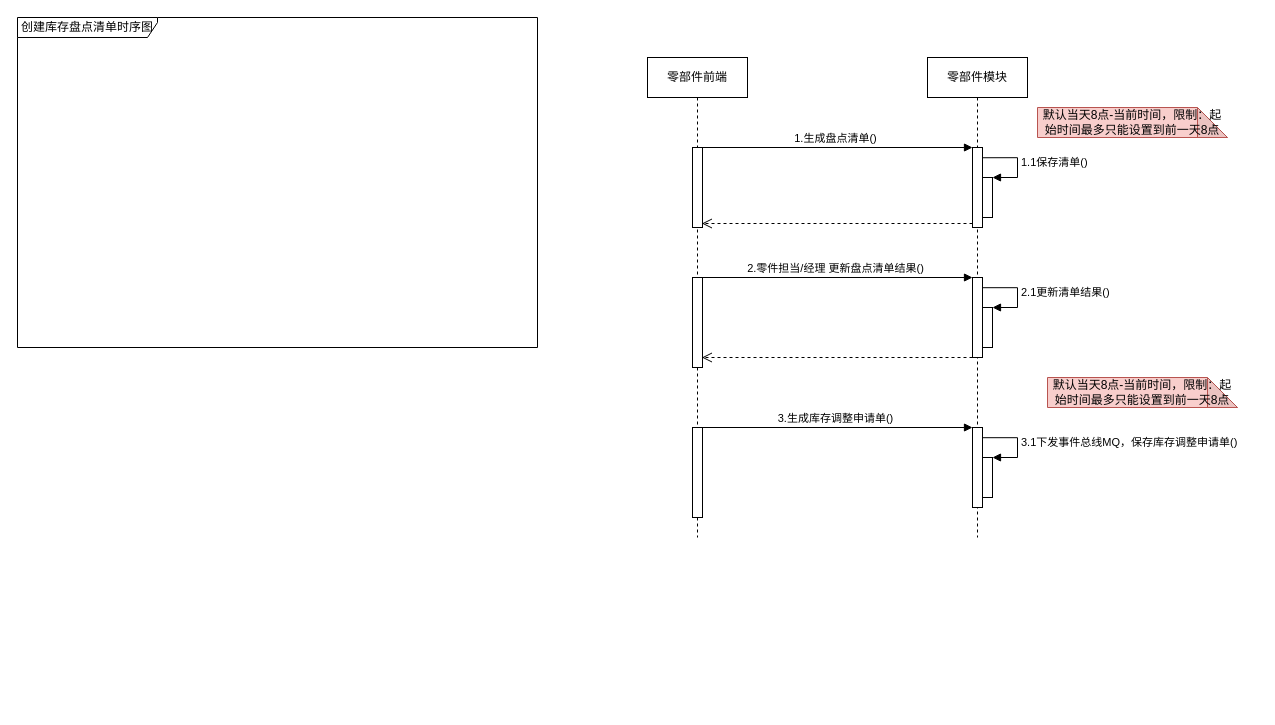
1132489442/gitRepository1 keeps this draw.io diagram as page "库存盘点时序图" (1 of 6) of 库存管理-库存盘点.drawio. Above is the earlier version. Source tidied: cells renumbered, new cells numbered last; positions are measured from the earlier drawing's top-left corner, leaving out a move shared by most shapes. Both pictures are drawn from the tidied source at 100%, with x=0, y=0 at pixel (17, 17).
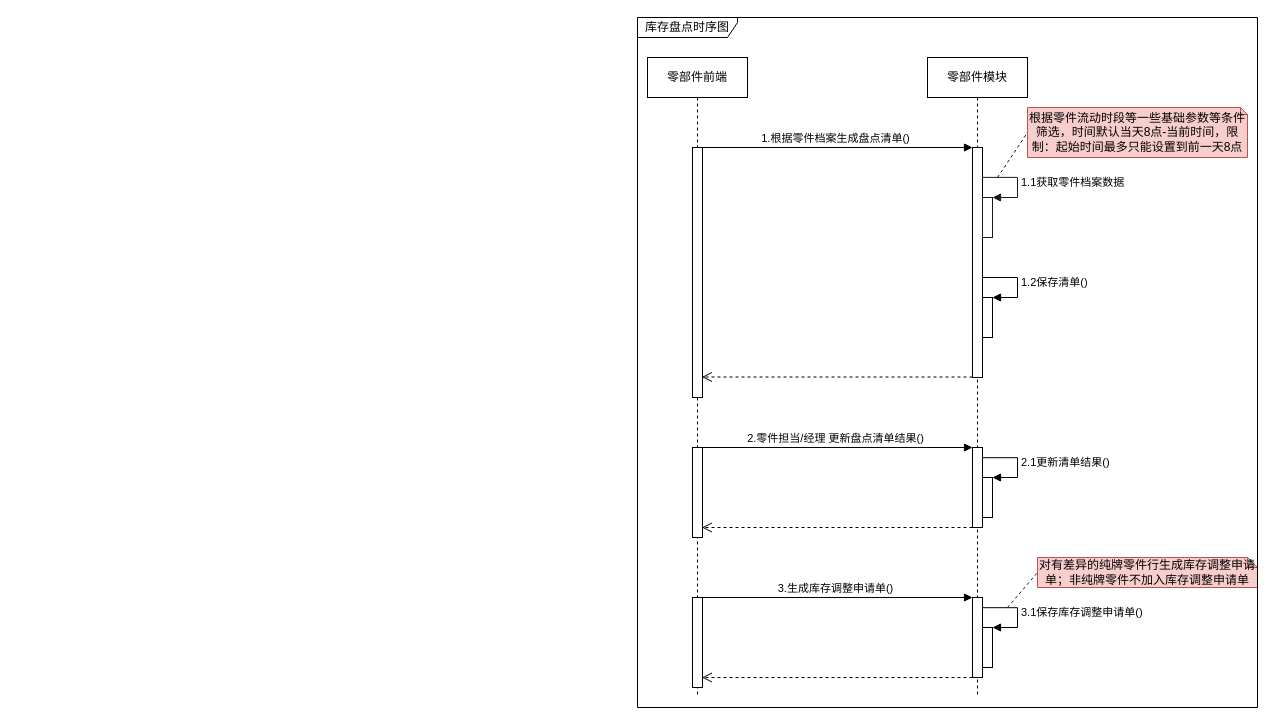
The same page after the edit.

The edit, as a diff of the source:
```diff
@@
     <mxCell id="2" value="零部件前端" style="shape=umlLifeline;perimeter=lifelinePerimeter;whiteSpace=wrap;html=1;" parent="1" vertex="1">
-      <mxGeometry x="630" y="40" width="100" height="480" as="geometry" />
+      <mxGeometry x="630" y="40" width="100" height="640" as="geometry" />
     </mxCell>
     <mxCell id="3" style="html=1;points=[];perimeter=orthogonalPerimeter;" parent="2" vertex="1">
-      <mxGeometry x="45" y="90" width="10" height="80" as="geometry" />
+      <mxGeometry x="45" y="90" width="10" height="250" as="geometry" />
     </mxCell>
     <mxCell id="4" style="html=1;perimeter=orthogonalPerimeter;" parent="2" vertex="1">
-      <mxGeometry x="45" y="220" width="10" height="90" as="geometry" />
+      <mxGeometry x="45" y="390" width="10" height="90" as="geometry" />
     </mxCell>
     <mxCell id="5" value="零部件模块" style="shape=umlLifeline;perimeter=lifelinePerimeter;whiteSpace=wrap;html=1;" parent="1" vertex="1">
-      <mxGeometry x="910" y="40" width="100" height="480" as="geometry" />
+      <mxGeometry x="910" y="40" width="100" height="640" as="geometry" />
     </mxCell>
     <mxCell id="6" style="html=1;points=[];perimeter=orthogonalPerimeter;" parent="5" vertex="1">
-      <mxGeometry x="45" y="90" width="10" height="80" as="geometry" />
+      <mxGeometry x="45" y="90" width="10" height="230" as="geometry" />
     </mxCell>
     <mxCell id="7" style="html=1;points=[];perimeter=orthogonalPerimeter;fillColor=#FFFFFF;" parent="5" vertex="1">
-      <mxGeometry x="55" y="120" width="10" height="40" as="geometry" />
+      <mxGeometry x="55" y="240" width="10" height="40" as="geometry" />
     </mxCell>
-    <mxCell id="8" value="1.1保存清单()" style="edgeStyle=orthogonalEdgeStyle;html=1;align=left;spacingLeft=2;endArrow=block;rounded=0;entryX=1;entryY=0;exitX=1.022;exitY=0.128;exitDx=0;exitDy=0;exitPerimeter=0;" parent="5" edge="1" source="6" target="7">
+    <mxCell id="8" value="1.2保存清单()" style="edgeStyle=orthogonalEdgeStyle;html=1;align=left;spacingLeft=2;endArrow=block;rounded=0;entryX=1;entryY=0;" parent="5" edge="1" target="7">
       <mxGeometry relative="1" as="geometry">
+        <mxPoint x="55" y="220" as="sourcePoint" />
         <Array as="points">
-          <mxPoint x="90" y="100" />
-          <mxPoint x="90" y="120" />
+          <mxPoint x="90" y="220" />
+          <mxPoint x="90" y="240" />
         </Array>
       </mxGeometry>
     </mxCell>
     <mxCell id="9" style="html=1;perimeter=orthogonalPerimeter;fillColor=#FFFFFF;" parent="5" vertex="1">
-      <mxGeometry x="45" y="220" width="10" height="80" as="geometry" />
+      <mxGeometry x="45" y="390" width="10" height="80" as="geometry" />
     </mxCell>
+    <mxCell id="24" style="html=1;points=[];perimeter=orthogonalPerimeter;strokeColor=#1A1A1A;fillColor=#FFFFFF;" parent="5" vertex="1">
+      <mxGeometry x="55" y="140" width="10" height="40" as="geometry" />
+    </mxCell>
+    <mxCell id="25" value="1.1获取零件档案数据" style="edgeStyle=orthogonalEdgeStyle;html=1;align=left;spacingLeft=2;endArrow=block;rounded=0;entryX=1;entryY=0;endSize=6;targetPerimeterSpacing=-1;strokeColor=#1A1A1A;exitX=1;exitY=0.13;exitDx=0;exitDy=0;exitPerimeter=0;" parent="5" edge="1" source="6" target="24">
+      <mxGeometry relative="1" as="geometry">
+        <Array as="points">
+          <mxPoint x="90" y="120" />
+          <mxPoint x="90" y="140" />
+        </Array>
+      </mxGeometry>
+    </mxCell>
-    <mxCell id="10" value="1.生成盘点清单()" style="html=1;verticalAlign=bottom;endArrow=block;entryX=0;entryY=0;rounded=0;" parent="1" edge="1" target="6">
+    <mxCell id="10" value="1.根据零件档案生成盘点清单()" style="html=1;verticalAlign=bottom;endArrow=block;entryX=0;entryY=0;rounded=0;" parent="1" edge="1" target="6">
       <mxGeometry relative="1" as="geometry">
         <mxPoint x="680" y="130" as="sourcePoint" />
       </mxGeometry>
     </mxCell>
-    <mxCell id="11" style="html=1;verticalAlign=bottom;endArrow=open;dashed=1;endSize=8;exitX=0;exitY=0.95;rounded=0;entryX=0.94;entryY=0.95;entryDx=0;entryDy=0;entryPerimeter=0;" parent="1" edge="1" source="6" target="3">
-      <mxGeometry relative="1" as="geometry" />
+    <mxCell id="11" style="html=1;verticalAlign=bottom;endArrow=open;dashed=1;endSize=8;exitX=0;exitY=0.95;rounded=0;entryX=0.94;entryY=0.95;entryDx=0;entryDy=0;entryPerimeter=0;" parent="1" edge="1">
+      <mxGeometry relative="1" as="geometry">
+        <mxPoint x="955" y="359.5" as="sourcePoint" />
+        <mxPoint x="684.4" y="359.5" as="targetPoint" />
+      </mxGeometry>
     </mxCell>
-    <mxCell id="12" value="创建库存盘点清单时序图" style="shape=umlFrame;whiteSpace=wrap;html=1;fillColor=#FFFFFF;width=140;height=20;" parent="1" vertex="1">
-      <mxGeometry width="520" height="330" as="geometry" />
-    </mxCell>
     <mxCell id="13" value="2.零件担当/经理 更新盘点清单结果()" style="html=1;verticalAlign=bottom;endArrow=block;entryX=0;entryY=0;rounded=0;" parent="1" edge="1">
       <mxGeometry relative="1" as="geometry">
-        <mxPoint x="680" y="260" as="sourcePoint" />
-        <mxPoint x="955" y="260" as="targetPoint" />
+        <mxPoint x="680" y="430" as="sourcePoint" />
+        <mxPoint x="955" y="430" as="targetPoint" />
       </mxGeometry>
     </mxCell>
-    <mxCell id="14" value="默认当天8点-当前时间，限制：起始时间最多只能设置到前一天8点" style="shape=note;whiteSpace=wrap;html=1;backgroundOutline=1;darkOpacity=0.05;strokeColor=#b85450;fillColor=#f8cecc;" parent="1" vertex="1">
-      <mxGeometry x="1020" y="90" width="190" height="30" as="geometry" />
+    <mxCell id="14" value="根据零件流动时段等一些基础参数等条件筛选，时间默认当天8点-当前时间，限制：起始时间最多只能设置到前一天8点" style="shape=note;whiteSpace=wrap;html=1;backgroundOutline=1;darkOpacity=0.05;strokeColor=#b85450;fillColor=#f8cecc;size=7;" parent="1" vertex="1">
+      <mxGeometry x="1010" y="90" width="220" height="50" as="geometry" />
     </mxCell>
     <mxCell id="15" style="html=1;points=[];perimeter=orthogonalPerimeter;fillColor=#FFFFFF;" parent="1" vertex="1">
-      <mxGeometry x="965" y="290" width="10" height="40" as="geometry" />
+      <mxGeometry x="965" y="460" width="10" height="40" as="geometry" />
     </mxCell>
     <mxCell id="16" value="2.1更新清单结果()" style="edgeStyle=orthogonalEdgeStyle;html=1;align=left;spacingLeft=2;endArrow=block;rounded=0;entryX=1;entryY=0;exitX=1.022;exitY=0.128;exitDx=0;exitDy=0;exitPerimeter=0;" parent="1" edge="1" target="15">
       <mxGeometry relative="1" as="geometry">
-        <mxPoint x="965.2" y="270.2" as="sourcePoint" />
+        <mxPoint x="965.2" y="440.2" as="sourcePoint" />
         <Array as="points">
-          <mxPoint x="1000" y="270" />
-          <mxPoint x="1000" y="290" />
+          <mxPoint x="1000" y="440" />
+          <mxPoint x="1000" y="460" />
         </Array>
       </mxGeometry>
     </mxCell>
     <mxCell id="17" style="html=1;verticalAlign=bottom;endArrow=open;dashed=1;endSize=8;exitX=0;exitY=0.95;rounded=0;entryX=0.94;entryY=0.95;entryDx=0;entryDy=0;entryPerimeter=0;" parent="1" edge="1">
       <mxGeometry relative="1" as="geometry">
-        <mxPoint x="955" y="340" as="sourcePoint" />
-        <mxPoint x="684.4" y="340" as="targetPoint" />
+        <mxPoint x="955" y="510" as="sourcePoint" />
+        <mxPoint x="684.4" y="510" as="targetPoint" />
       </mxGeometry>
     </mxCell>
     <mxCell id="18" style="html=1;perimeter=orthogonalPerimeter;" parent="1" vertex="1">
-      <mxGeometry x="675" y="410" width="10" height="90" as="geometry" />
+      <mxGeometry x="675" y="580" width="10" height="90" as="geometry" />
     </mxCell>
     <mxCell id="19" style="html=1;perimeter=orthogonalPerimeter;fillColor=#FFFFFF;" parent="1" vertex="1">
-      <mxGeometry x="955" y="410" width="10" height="80" as="geometry" />
+      <mxGeometry x="955" y="580" width="10" height="80" as="geometry" />
     </mxCell>
     <mxCell id="20" value="3.生成库存调整申请单()" style="html=1;verticalAlign=bottom;endArrow=block;entryX=0;entryY=0;rounded=0;" parent="1" edge="1">
       <mxGeometry relative="1" as="geometry">
-        <mxPoint x="680" y="410" as="sourcePoint" />
-        <mxPoint x="955" y="410" as="targetPoint" />
+        <mxPoint x="680" y="580" as="sourcePoint" />
+        <mxPoint x="955" y="580" as="targetPoint" />
       </mxGeometry>
     </mxCell>
     <mxCell id="21" style="html=1;points=[];perimeter=orthogonalPerimeter;fillColor=#FFFFFF;" parent="1" vertex="1">
-      <mxGeometry x="965" y="440" width="10" height="40" as="geometry" />
+      <mxGeometry x="965" y="610" width="10" height="40" as="geometry" />
     </mxCell>
-    <mxCell id="22" value="3.1下发事件总线MQ，保存库存调整申请单()" style="edgeStyle=orthogonalEdgeStyle;html=1;align=left;spacingLeft=2;endArrow=block;rounded=0;entryX=1;entryY=0;exitX=1.022;exitY=0.128;exitDx=0;exitDy=0;exitPerimeter=0;" parent="1" edge="1" target="21">
+    <mxCell id="22" value="3.1保存库存调整申请单()" style="edgeStyle=orthogonalEdgeStyle;html=1;align=left;spacingLeft=2;endArrow=block;rounded=0;entryX=1;entryY=0;exitX=1.022;exitY=0.128;exitDx=0;exitDy=0;exitPerimeter=0;" parent="1" edge="1" target="21">
       <mxGeometry relative="1" as="geometry">
-        <mxPoint x="965.2" y="420.2" as="sourcePoint" />
+        <mxPoint x="965.2" y="590.2" as="sourcePoint" />
         <Array as="points">
-          <mxPoint x="1000" y="420" />
-          <mxPoint x="1000" y="440" />
+          <mxPoint x="1000" y="590" />
+          <mxPoint x="1000" y="610" />
         </Array>
       </mxGeometry>
     </mxCell>
-    <mxCell id="23" value="默认当天8点-当前时间，限制：起始时间最多只能设置到前一天8点" style="shape=note;whiteSpace=wrap;html=1;backgroundOutline=1;darkOpacity=0.05;strokeColor=#b85450;fillColor=#f8cecc;" parent="1" vertex="1">
-      <mxGeometry x="1030" y="360" width="190" height="30" as="geometry" />
+    <mxCell id="23" value="对有差异的纯牌零件行生成库存调整申请单；非纯牌零件不加入库存调整申请单" style="shape=note;whiteSpace=wrap;html=1;backgroundOutline=1;darkOpacity=0.05;strokeColor=#b85450;fillColor=#f8cecc;size=10;" parent="1" vertex="1">
+      <mxGeometry x="1020" y="540" width="220" height="30" as="geometry" />
     </mxCell>
+    <mxCell id="26" style="endArrow=none;dashed=1;html=1;rounded=0;endSize=10;targetPerimeterSpacing=-1;strokeColor=#1A1A1A;entryX=0;entryY=0.5;entryDx=0;entryDy=0;entryPerimeter=0;" parent="1" edge="1" target="23">
+      <mxGeometry relative="1" as="geometry">
+        <mxPoint x="990" y="590" as="sourcePoint" />
+      </mxGeometry>
+    </mxCell>
+    <mxCell id="27" style="endArrow=none;dashed=1;html=1;rounded=0;endSize=10;targetPerimeterSpacing=-1;strokeColor=#1A1A1A;entryX=0;entryY=0.5;entryDx=0;entryDy=0;entryPerimeter=0;" parent="1" edge="1" target="14">
+      <mxGeometry relative="1" as="geometry">
+        <mxPoint x="980" y="160" as="sourcePoint" />
+      </mxGeometry>
+    </mxCell>
+    <mxCell id="28" style="html=1;verticalAlign=bottom;endArrow=open;dashed=1;endSize=8;exitX=0;exitY=0.95;rounded=0;entryX=0.94;entryY=0.95;entryDx=0;entryDy=0;entryPerimeter=0;" parent="1" edge="1">
+      <mxGeometry relative="1" as="geometry">
+        <mxPoint x="955" y="660" as="sourcePoint" />
+        <mxPoint x="684.4" y="660" as="targetPoint" />
+      </mxGeometry>
+    </mxCell>
+    <mxCell id="29" value="库存盘点时序图" style="shape=umlFrame;whiteSpace=wrap;html=1;fillColor=#FFFFFF;width=100;height=20;" parent="1" vertex="1">
+      <mxGeometry x="620" width="620" height="690" as="geometry" />
+    </mxCell>
```
